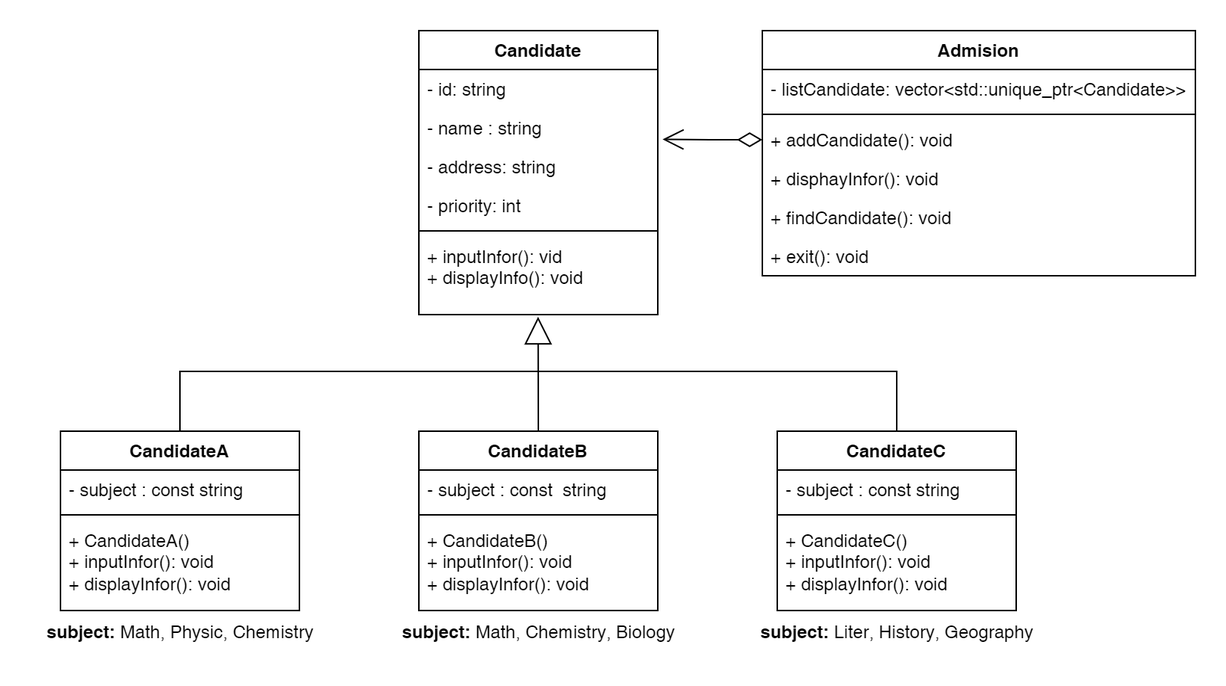
This is 03_Admission/docs/classDiagram.png from thanhetebkdn/object_orient_programming, a draw.io export, as it was before one commit. Source tidied: cells renumbered, new cells last; positions are measured from the earlier drawing's top-left corner, leaving out a move shared by most shapes.
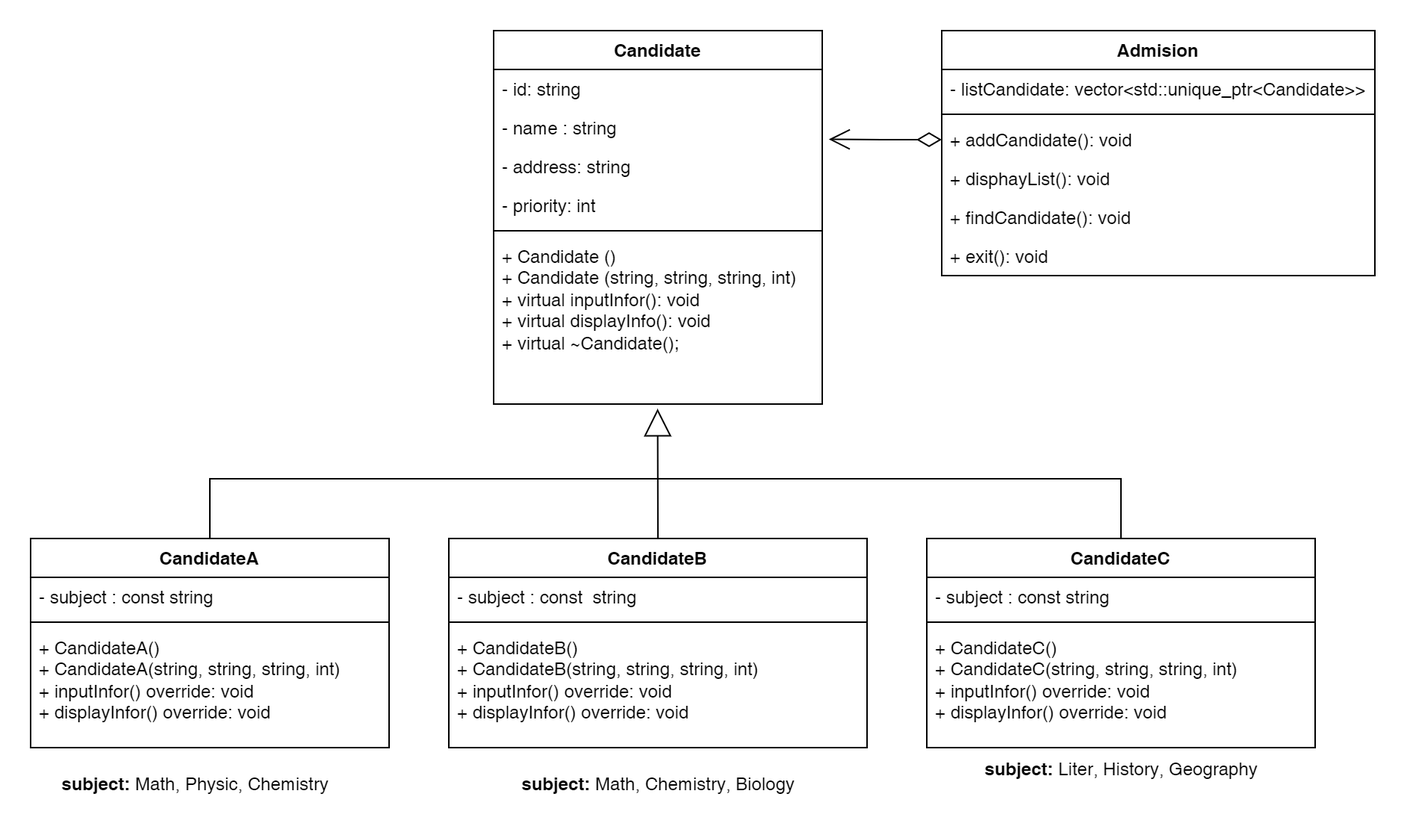
The same file after the commit.

What changed in the source:
```diff
@@ -3,64 +3,64 @@
     <mxCell id="0" />
     <mxCell id="1" parent="0" />
     <mxCell id="2" value="Candidate" style="swimlane;fontStyle=1;align=center;verticalAlign=top;horizontal=1;startSize=26;whiteSpace=wrap;html=1;" parent="1" vertex="1">
-      <mxGeometry x="260" width="160" height="190" as="geometry" />
+      <mxGeometry x="270" y="-72" width="220" height="250" as="geometry" />
     </mxCell>
     <mxCell id="3" value="- id: string" style="text;strokeColor=none;fillColor=none;align=left;verticalAlign=top;spacingLeft=4;spacingRight=4;overflow=hidden;whiteSpace=wrap;html=1;" parent="2" vertex="1">
-      <mxGeometry y="26" width="160" height="26" as="geometry" />
+      <mxGeometry y="26" width="220" height="26" as="geometry" />
     </mxCell>
     <mxCell id="4" value="- name : string" style="text;strokeColor=none;fillColor=none;align=left;verticalAlign=top;spacingLeft=4;spacingRight=4;overflow=hidden;points=[[0,0.5],[1,0.5]];portConstraint=eastwest;whiteSpace=wrap;html=1;" parent="2" vertex="1">
-      <mxGeometry y="52" width="160" height="26" as="geometry" />
+      <mxGeometry y="52" width="220" height="26" as="geometry" />
     </mxCell>
     <mxCell id="5" value="- address: string" style="text;strokeColor=none;fillColor=none;align=left;verticalAlign=top;spacingLeft=4;spacingRight=4;overflow=hidden;whiteSpace=wrap;html=1;" parent="2" vertex="1">
-      <mxGeometry y="78" width="160" height="26" as="geometry" />
+      <mxGeometry y="78" width="220" height="26" as="geometry" />
     </mxCell>
     <mxCell id="6" value="- priority: int" style="text;strokeColor=none;fillColor=none;align=left;verticalAlign=top;spacingLeft=4;spacingRight=4;overflow=hidden;whiteSpace=wrap;html=1;" parent="2" vertex="1">
-      <mxGeometry y="104" width="160" height="26" as="geometry" />
+      <mxGeometry y="104" width="220" height="26" as="geometry" />
     </mxCell>
     <mxCell id="7" style="line;strokeWidth=1;fillColor=none;align=left;verticalAlign=middle;spacingTop=-1;spacingLeft=3;spacingRight=3;labelPosition=right;strokeColor=inherit;" parent="2" vertex="1">
-      <mxGeometry y="130" width="160" height="8" as="geometry" />
+      <mxGeometry y="130" width="220" height="8" as="geometry" />
     </mxCell>
-    <mxCell id="8" value="&lt;div&gt;+ inputInfor(): vid&lt;/div&gt;+ displayInfo(): void" style="text;strokeColor=none;fillColor=none;align=left;verticalAlign=top;spacingLeft=4;spacingRight=4;overflow=hidden;points=[[0,0.5],[1,0.5]];portConstraint=eastwest;whiteSpace=wrap;html=1;" parent="2" vertex="1">
-      <mxGeometry y="138" width="160" height="52" as="geometry" />
+    <mxCell id="8" value="&lt;div&gt;+ Candidate ()&lt;/div&gt;&lt;div&gt;+ Candidate (string, string, string, int)&lt;/div&gt;&lt;div&gt;+ virtual inputInfor(): void&lt;/div&gt;+ virtual&amp;nbsp;displayInfo(): void&lt;div&gt;+ virtual ~Candidate();&lt;/div&gt;" style="text;strokeColor=none;fillColor=none;align=left;verticalAlign=top;spacingLeft=4;spacingRight=4;overflow=hidden;points=[[0,0.5],[1,0.5]];portConstraint=eastwest;whiteSpace=wrap;html=1;" parent="2" vertex="1">
+      <mxGeometry y="138" width="220" height="112" as="geometry" />
     </mxCell>
     <mxCell id="9" value="CandidateA" style="swimlane;fontStyle=1;align=center;verticalAlign=top;horizontal=1;startSize=26;whiteSpace=wrap;html=1;" parent="1" vertex="1">
-      <mxGeometry x="20" y="268" width="160" height="120" as="geometry" />
+      <mxGeometry x="-40" y="268" width="240" height="140" as="geometry" />
     </mxCell>
     <mxCell id="10" value="- subject : const string" style="text;strokeColor=none;fillColor=none;align=left;verticalAlign=top;spacingLeft=4;spacingRight=4;overflow=hidden;whiteSpace=wrap;html=1;" parent="9" vertex="1">
-      <mxGeometry y="26" width="160" height="26" as="geometry" />
+      <mxGeometry y="26" width="240" height="26" as="geometry" />
     </mxCell>
     <mxCell id="11" style="line;strokeWidth=1;fillColor=none;align=left;verticalAlign=middle;spacingTop=-1;spacingLeft=3;spacingRight=3;labelPosition=right;strokeColor=inherit;" parent="9" vertex="1">
-      <mxGeometry y="52" width="160" height="8" as="geometry" />
+      <mxGeometry y="52" width="240" height="8" as="geometry" />
     </mxCell>
-    <mxCell id="12" value="+ CandidateA()&lt;div&gt;+ inputInfor(): void&lt;br&gt;&lt;div&gt;+ displayInfor(): void&lt;/div&gt;&lt;/div&gt;" style="text;strokeColor=none;fillColor=none;align=left;verticalAlign=top;spacingLeft=4;spacingRight=4;overflow=hidden;whiteSpace=wrap;html=1;" parent="9" vertex="1">
-      <mxGeometry y="60" width="160" height="60" as="geometry" />
+    <mxCell id="12" value="+ CandidateA()&lt;div&gt;+ CandidateA(string, string, string, int)&lt;br&gt;&lt;div&gt;+ inputInfor() override: void&lt;br&gt;&lt;div&gt;+ displayInfor() override: void&lt;/div&gt;&lt;/div&gt;&lt;/div&gt;" style="text;strokeColor=none;fillColor=none;align=left;verticalAlign=top;spacingLeft=4;spacingRight=4;overflow=hidden;whiteSpace=wrap;html=1;" parent="9" vertex="1">
+      <mxGeometry y="60" width="240" height="80" as="geometry" />
     </mxCell>
     <mxCell id="13" value="CandidateB" style="swimlane;fontStyle=1;align=center;verticalAlign=top;horizontal=1;startSize=26;whiteSpace=wrap;html=1;" parent="1" vertex="1">
-      <mxGeometry x="260" y="268" width="160" height="120" as="geometry" />
+      <mxGeometry x="240" y="268" width="280" height="140" as="geometry" />
     </mxCell>
     <mxCell id="14" value="- subject : const&amp;nbsp; string" style="text;strokeColor=none;fillColor=none;align=left;verticalAlign=top;spacingLeft=4;spacingRight=4;overflow=hidden;whiteSpace=wrap;html=1;" parent="13" vertex="1">
-      <mxGeometry y="26" width="160" height="26" as="geometry" />
+      <mxGeometry y="26" width="280" height="26" as="geometry" />
     </mxCell>
     <mxCell id="15" style="line;strokeWidth=1;fillColor=none;align=left;verticalAlign=middle;spacingTop=-1;spacingLeft=3;spacingRight=3;labelPosition=right;strokeColor=inherit;" parent="13" vertex="1">
-      <mxGeometry y="52" width="160" height="8" as="geometry" />
+      <mxGeometry y="52" width="280" height="8" as="geometry" />
     </mxCell>
-    <mxCell id="16" value="+ CandidateB()&lt;div&gt;+ inputInfor(): void&lt;br&gt;&lt;div&gt;+ displayInfor(): void&lt;/div&gt;&lt;/div&gt;" style="text;strokeColor=none;fillColor=none;align=left;verticalAlign=top;spacingLeft=4;spacingRight=4;overflow=hidden;whiteSpace=wrap;html=1;" parent="13" vertex="1">
-      <mxGeometry y="60" width="160" height="60" as="geometry" />
+    <mxCell id="16" value="+ CandidateB()&lt;div&gt;+ CandidateB(string, string, string, int)&lt;br&gt;&lt;div&gt;+ inputInfor() override: void&lt;br&gt;&lt;div&gt;+ displayInfor() override: void&lt;/div&gt;&lt;/div&gt;&lt;/div&gt;" style="text;strokeColor=none;fillColor=none;align=left;verticalAlign=top;spacingLeft=4;spacingRight=4;overflow=hidden;whiteSpace=wrap;html=1;" parent="13" vertex="1">
+      <mxGeometry y="60" width="280" height="80" as="geometry" />
     </mxCell>
     <mxCell id="17" value="CandidateC" style="swimlane;fontStyle=1;align=center;verticalAlign=top;horizontal=1;startSize=26;whiteSpace=wrap;html=1;" parent="1" vertex="1">
-      <mxGeometry x="500" y="268" width="160" height="120" as="geometry" />
+      <mxGeometry x="560" y="268" width="260" height="140" as="geometry" />
     </mxCell>
     <mxCell id="18" value="- subject : const&amp;nbsp;string" style="text;strokeColor=none;fillColor=none;align=left;verticalAlign=top;spacingLeft=4;spacingRight=4;overflow=hidden;whiteSpace=wrap;html=1;" parent="17" vertex="1">
-      <mxGeometry y="26" width="160" height="26" as="geometry" />
+      <mxGeometry y="26" width="260" height="26" as="geometry" />
     </mxCell>
     <mxCell id="19" style="line;strokeWidth=1;fillColor=none;align=left;verticalAlign=middle;spacingTop=-1;spacingLeft=3;spacingRight=3;labelPosition=right;strokeColor=inherit;" parent="17" vertex="1">
-      <mxGeometry y="52" width="160" height="8" as="geometry" />
+      <mxGeometry y="52" width="260" height="8" as="geometry" />
     </mxCell>
-    <mxCell id="20" value="+ CandidateC()&lt;div&gt;+ inputInfor(): void&lt;br&gt;&lt;div&gt;+ displayInfor(): void&lt;/div&gt;&lt;/div&gt;" style="text;strokeColor=none;fillColor=none;align=left;verticalAlign=top;spacingLeft=4;spacingRight=4;overflow=hidden;whiteSpace=wrap;html=1;" parent="17" vertex="1">
-      <mxGeometry y="60" width="160" height="60" as="geometry" />
+    <mxCell id="20" value="+ CandidateC()&lt;div&gt;+ CandidateC(string, string, string, int)&lt;br&gt;&lt;div&gt;+ inputInfor() override: void&lt;br&gt;&lt;div&gt;+ displayInfor() override: void&lt;/div&gt;&lt;/div&gt;&lt;/div&gt;" style="text;strokeColor=none;fillColor=none;align=left;verticalAlign=top;spacingLeft=4;spacingRight=4;overflow=hidden;whiteSpace=wrap;html=1;" parent="17" vertex="1">
+      <mxGeometry y="60" width="260" height="80" as="geometry" />
     </mxCell>
     <mxCell id="21" value="Admision" style="swimlane;fontStyle=1;align=center;verticalAlign=top;horizontal=1;startSize=26;whiteSpace=wrap;html=1;" parent="1" vertex="1">
-      <mxGeometry x="490" width="290" height="164" as="geometry" />
+      <mxGeometry x="570" y="-72" width="290" height="164" as="geometry" />
     </mxCell>
     <mxCell id="22" value="&lt;div&gt;- listCandidate: vector&amp;lt;std::unique_ptr&amp;lt;Candidate&amp;gt;&amp;gt;&lt;br&gt;&lt;/div&gt;" style="text;strokeColor=none;fillColor=none;align=left;verticalAlign=top;spacingLeft=4;spacingRight=4;overflow=hidden;whiteSpace=wrap;html=1;" parent="21" vertex="1">
       <mxGeometry y="26" width="290" height="26" as="geometry" />
@@ -71,7 +71,7 @@
     <mxCell id="24" value="+ addCandidate(): void" style="text;strokeColor=none;fillColor=none;align=left;verticalAlign=top;spacingLeft=4;spacingRight=4;overflow=hidden;points=[[0,0.5],[1,0.5]];portConstraint=eastwest;whiteSpace=wrap;html=1;" parent="21" vertex="1">
       <mxGeometry y="60" width="290" height="26" as="geometry" />
     </mxCell>
-    <mxCell id="25" value="+ disphayInfor(): void" style="text;strokeColor=none;fillColor=none;align=left;verticalAlign=top;spacingLeft=4;spacingRight=4;overflow=hidden;whiteSpace=wrap;html=1;" parent="21" vertex="1">
+    <mxCell id="25" value="+ disphayList(): void" style="text;strokeColor=none;fillColor=none;align=left;verticalAlign=top;spacingLeft=4;spacingRight=4;overflow=hidden;whiteSpace=wrap;html=1;" parent="21" vertex="1">
       <mxGeometry y="86" width="290" height="26" as="geometry" />
     </mxCell>
     <mxCell id="26" value="+ findCandidate(): void" style="text;strokeColor=none;fillColor=none;align=left;verticalAlign=top;spacingLeft=4;spacingRight=4;overflow=hidden;whiteSpace=wrap;html=1;" parent="21" vertex="1">
@@ -86,8 +86,8 @@
     <mxCell id="29" style="endArrow=none;html=1;rounded=0;exitX=0.5;exitY=0;exitDx=0;exitDy=0;entryX=0.5;entryY=0;entryDx=0;entryDy=0;" parent="1" edge="1" source="9" target="17">
       <mxGeometry relative="1" as="geometry">
         <Array as="points">
-          <mxPoint x="100" y="228" />
-          <mxPoint x="580" y="228" />
+          <mxPoint x="80" y="228" />
+          <mxPoint x="690" y="228" />
         </Array>
       </mxGeometry>
     </mxCell>
@@ -95,13 +95,13 @@
       <mxGeometry x="-1" y="3" relative="1" as="geometry" />
     </mxCell>
     <mxCell id="31" value="&lt;b&gt;subject: &lt;/b&gt;Math, Physic, Chemistry" style="text;html=1;align=center;verticalAlign=middle;strokeColor=none;fillColor=none;" parent="1" vertex="1">
-      <mxGeometry y="388" width="200" height="30" as="geometry" />
+      <mxGeometry x="-30" y="418" width="200" height="30" as="geometry" />
     </mxCell>
     <mxCell id="32" value="&lt;b&gt;subject: &lt;/b&gt;Math, Chemistry, Biology" style="text;html=1;align=center;verticalAlign=middle;strokeColor=none;fillColor=none;" parent="1" vertex="1">
-      <mxGeometry x="235" y="388" width="210" height="30" as="geometry" />
+      <mxGeometry x="275" y="418" width="210" height="30" as="geometry" />
     </mxCell>
     <mxCell id="33" value="&lt;b&gt;subject: &lt;/b&gt;Liter, History, Geography" style="text;html=1;align=center;verticalAlign=middle;strokeColor=none;fillColor=none;" parent="1" vertex="1">
-      <mxGeometry x="475" y="388" width="210" height="30" as="geometry" />
+      <mxGeometry x="585" y="408" width="210" height="30" as="geometry" />
     </mxCell>
   </root>
 </mxGraphModel>
```
